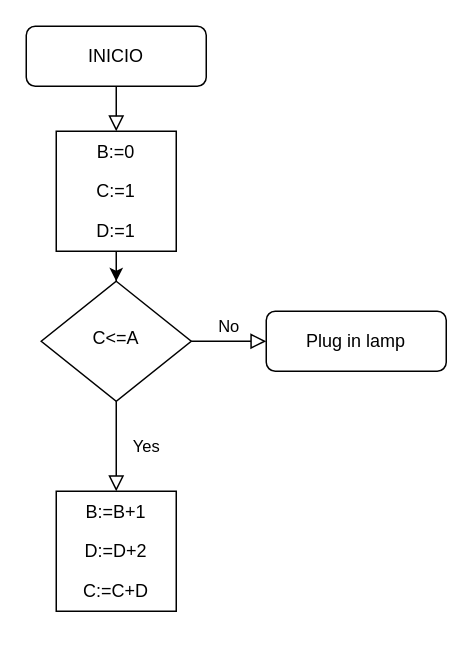
Above: Diagrama sin título.drawio in ciamol/diagrams (draw.io), before the change. Source tidied: cells renumbered, new cells numbered last; positions are measured from the earlier drawing's top-left corner, leaving out a move shared by most shapes. Both pictures are drawn from the tidied source at 150%, with x=0, y=0 at pixel (26, 26).
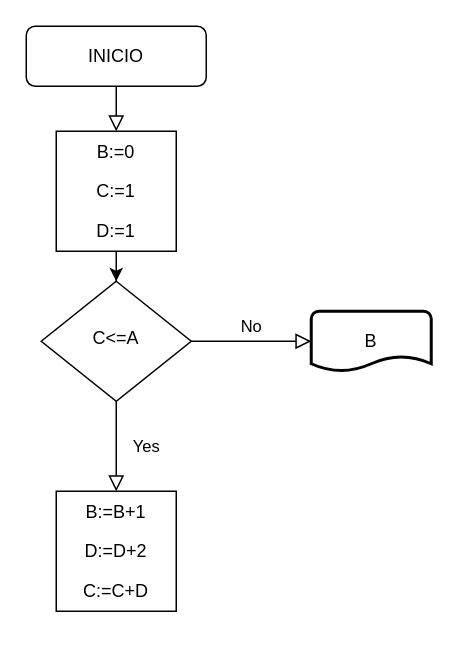
The same diagram, later.

The edit, as a diff of the source:
```diff
@@
 <mxGraphModel>
   <root>
     <mxCell id="0" />
     <mxCell id="1" parent="0" />
     <mxCell id="2" style="rounded=0;html=1;jettySize=auto;fontSize=11;endArrow=block;endFill=0;endSize=8;strokeWidth=1;shadow=0;labelBackgroundColor=none;edgeStyle=orthogonalEdgeStyle;" parent="1" edge="1" source="3" target="9">
       <mxGeometry relative="1" as="geometry" />
     </mxCell>
     <mxCell id="3" value="INICIO" style="rounded=1;whiteSpace=wrap;html=1;fontSize=12;glass=0;strokeWidth=1;shadow=0;" parent="1" vertex="1">
       <mxGeometry width="120" height="40" as="geometry" />
     </mxCell>
     <mxCell id="4" value="Yes" style="rounded=0;html=1;jettySize=auto;fontSize=11;endArrow=block;endFill=0;endSize=8;strokeWidth=1;shadow=0;labelBackgroundColor=none;edgeStyle=orthogonalEdgeStyle;" parent="1" edge="1" source="6" target="10">
       <mxGeometry y="20" relative="1" as="geometry" />
     </mxCell>
-    <mxCell id="5" value="No" style="edgeStyle=orthogonalEdgeStyle;rounded=0;html=1;jettySize=auto;fontSize=11;endArrow=block;endFill=0;endSize=8;strokeWidth=1;shadow=0;labelBackgroundColor=none;" parent="1" edge="1" source="6" target="7">
+    <mxCell id="5" value="No" style="edgeStyle=orthogonalEdgeStyle;rounded=0;html=1;jettySize=auto;fontSize=11;endArrow=block;endFill=0;endSize=8;strokeWidth=1;shadow=0;labelBackgroundColor=none;" parent="1" edge="1" source="6" target="11">
       <mxGeometry y="10" relative="1" as="geometry" />
     </mxCell>
     <mxCell id="6" value="C&amp;lt;=A" style="rhombus;whiteSpace=wrap;html=1;shadow=0;fontFamily=Helvetica;fontSize=12;align=center;strokeWidth=1;spacing=6;spacingTop=-4;" parent="1" vertex="1">
       <mxGeometry x="10" y="170" width="100" height="80" as="geometry" />
     </mxCell>
-    <mxCell id="7" value="Plug in lamp" style="rounded=1;whiteSpace=wrap;html=1;fontSize=12;glass=0;strokeWidth=1;shadow=0;" parent="1" vertex="1">
-      <mxGeometry x="160" y="190" width="120" height="40" as="geometry" />
-    </mxCell>
     <mxCell id="8" style="edgeStyle=orthogonalEdgeStyle;rounded=0;jettySize=auto;html=1;" parent="1" edge="1" source="9" target="6">
       <mxGeometry relative="1" as="geometry" />
     </mxCell>
     <mxCell id="9" value="&lt;p class=&quot;MsoNormal&quot;&gt;B:=0&lt;/p&gt;C:=1&lt;br&gt;&lt;p class=&quot;MsoNormal&quot;&gt;D:=1&lt;/p&gt;" style="whiteSpace=wrap;html=1;" parent="1" vertex="1">
       <mxGeometry x="20" y="70" width="80" height="80" as="geometry" />
     </mxCell>
     <mxCell id="10" value="&lt;p class=&quot;MsoNormal&quot;&gt;B:=B+1&lt;/p&gt;D:=D+2&lt;br&gt;&lt;p class=&quot;MsoNormal&quot;&gt;C:=C+D&lt;/p&gt;" style="whiteSpace=wrap;html=1;" parent="1" vertex="1">
       <mxGeometry x="20" y="310" width="80" height="80" as="geometry" />
     </mxCell>
+    <mxCell id="11" value="B" style="strokeWidth=2;html=1;shape=mxgraph.flowchart.document2;whiteSpace=wrap;size=0.25;" parent="1" vertex="1">
+      <mxGeometry x="190" y="190" width="80" height="40" as="geometry" />
+    </mxCell>
   </root>
 </mxGraphModel>
```
